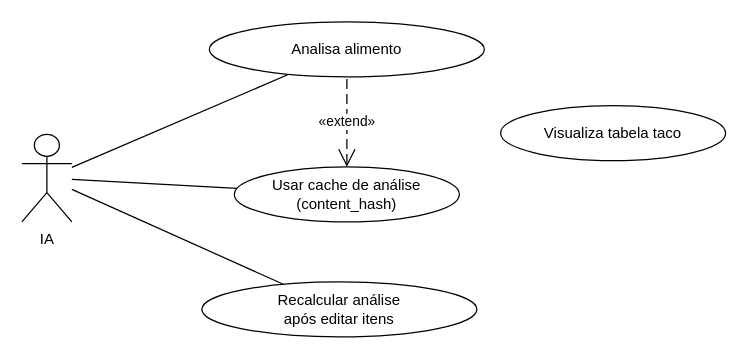
Above: page "IA" (4 of 4) of frontend/CasosDeUso.drawio in israelhub/JacalorIA-CONTADOR-DE-CALORIAS (draw.io), before the change. Source tidied: cells renumbered, new cells numbered last; positions are measured from the earlier drawing's top-left corner, leaving out a move shared by most shapes. Both pictures are drawn from the tidied source at 125%, with x=0, y=0 at pixel (21, 21).
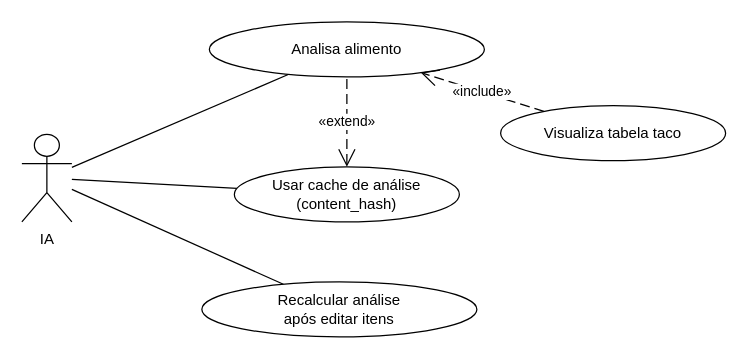
After the change.

Commit message (it also covers changes not shown here):
Adicionar relações UML «include» nos casos de uso

Liga include em Usuário (chat/grupo, onboarding, loja), Operador Beta
(painéis → token e filtrar por data) e IA (tabela TACO → analisa alimento).

Change to the diagram source:
```diff
@@
 <mxGraphModel>
   <root>
     <mxCell id="0" />
     <mxCell id="1" parent="0" />
     <mxCell id="2" value="IA" style="shape=umlActor;verticalLabelPosition=bottom;verticalAlign=top;html=1;outlineConnect=0;" parent="1" vertex="1">
       <mxGeometry y="90" width="40" height="70" as="geometry" />
     </mxCell>
     <mxCell id="3" style="endArrow=none;html=1;rounded=0;strokeWidth=1;" parent="1" edge="1" source="2" target="7">
       <mxGeometry relative="1" as="geometry" />
     </mxCell>
     <mxCell id="4" style="endArrow=none;html=1;rounded=0;strokeWidth=1;" parent="1" edge="1" source="2" target="8">
       <mxGeometry relative="1" as="geometry" />
     </mxCell>
     <mxCell id="5" style="endArrow=none;html=1;rounded=0;strokeWidth=1;" parent="1" edge="1" source="2" target="9">
       <mxGeometry relative="1" as="geometry" />
     </mxCell>
     <mxCell id="6" value="«extend»" style="startArrow=open;html=1;startSize=12;endArrow=none;dashed=1;dashPattern=8 4;rounded=0;" parent="1" edge="1" source="8" target="7">
       <mxGeometry relative="1" as="geometry" />
     </mxCell>
     <mxCell id="7" value="Analisa alimento" style="ellipse;whiteSpace=wrap;html=1;" parent="1" vertex="1">
       <mxGeometry x="150" width="220" height="44" as="geometry" />
     </mxCell>
     <mxCell id="8" value="Usar cache de análise&#10;(content_hash)" style="ellipse;whiteSpace=wrap;html=1;" parent="1" vertex="1">
       <mxGeometry x="170" y="116" width="180" height="44" as="geometry" />
     </mxCell>
     <mxCell id="9" value="Recalcular análise&#10;após editar itens" style="ellipse;whiteSpace=wrap;html=1;" parent="1" vertex="1">
       <mxGeometry x="144" y="208" width="220" height="44" as="geometry" />
     </mxCell>
     <mxCell id="10" value="Visualiza tabela taco" style="ellipse;whiteSpace=wrap;html=1;" parent="1" vertex="1">
       <mxGeometry x="383" y="67" width="180" height="44" as="geometry" />
     </mxCell>
+    <mxCell id="11" value="«include»" style="endArrow=open;html=1;endSize=12;dashed=1;dashPattern=8 4;rounded=0;" parent="1" edge="1" source="10" target="7">
+      <mxGeometry relative="1" as="geometry" />
+    </mxCell>
   </root>
 </mxGraphModel>
```
